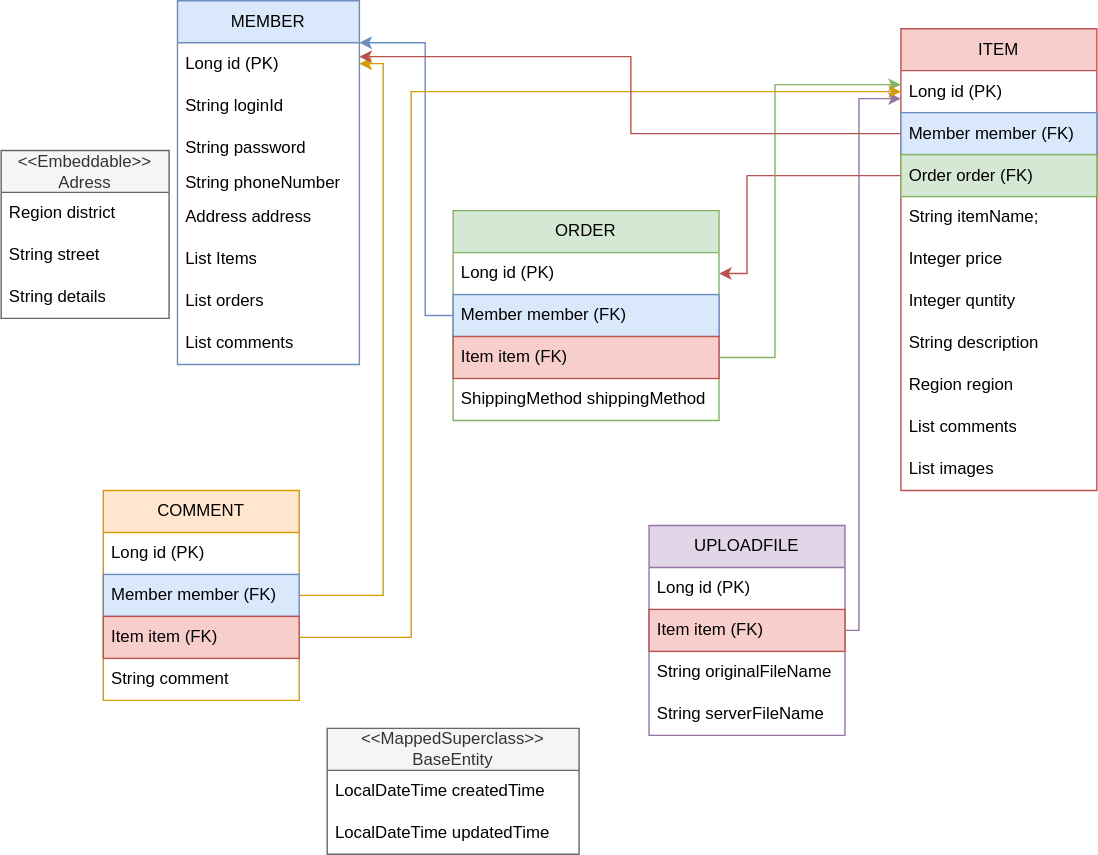
0808wonje/project keeps this draw.io diagram as src/main/resources/static/images/ERD.svg. Above is the earlier version. Source tidied: cells renumbered, new cells last; positions are measured from the earlier drawing's top-left corner, leaving out a move shared by most shapes.
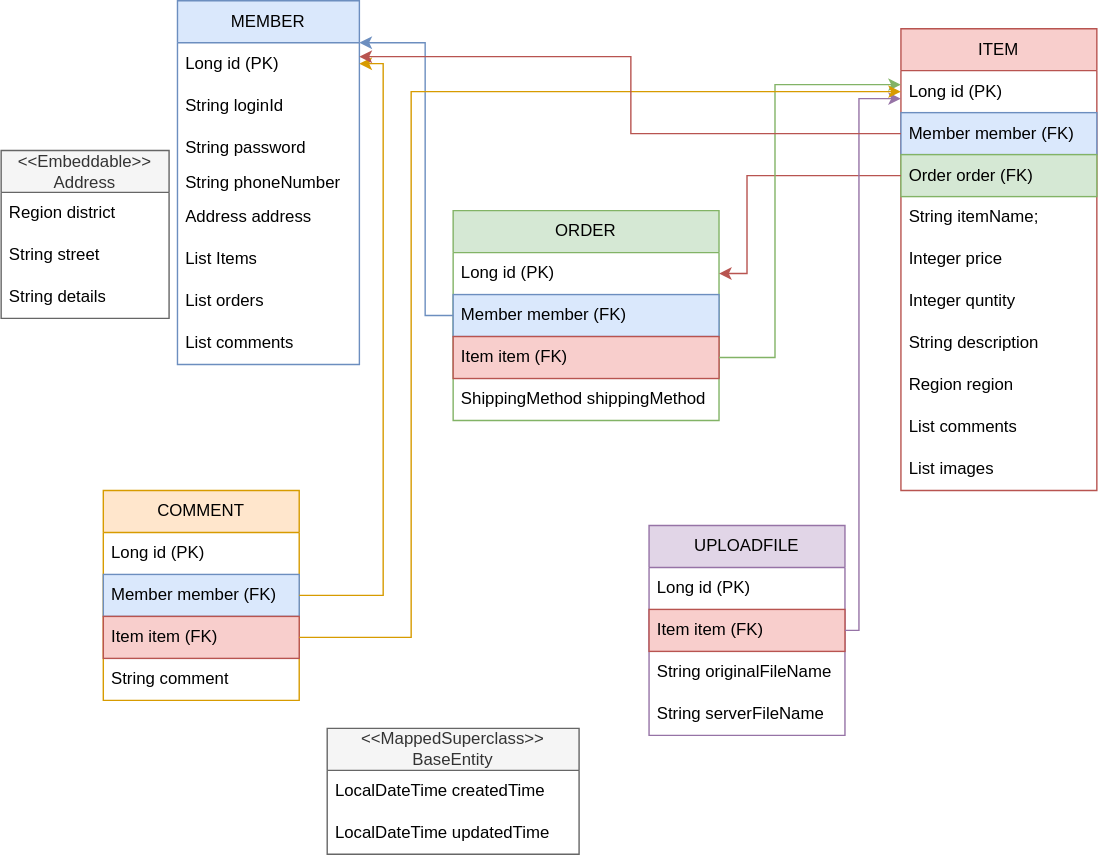
After the change.

The edit, as a diff of the source:
```diff
@@ -131,7 +131,7 @@
         </Array>
       </mxGeometry>
     </mxCell>
-    <mxCell id="40" value="&amp;lt;&amp;lt;Embeddable&amp;gt;&amp;gt;&lt;br&gt;Adress" style="swimlane;fontStyle=0;horizontal=1;startSize=30;whiteSpace=wrap;html=1;fillColor=#f5f5f5;fontColor=#333333;strokeColor=#666666;" parent="1" vertex="1">
+    <mxCell id="40" value="&amp;lt;&amp;lt;Embeddable&amp;gt;&amp;gt;&lt;br&gt;Address" style="swimlane;fontStyle=0;horizontal=1;startSize=30;whiteSpace=wrap;html=1;fillColor=#f5f5f5;fontColor=#333333;strokeColor=#666666;" parent="1" vertex="1">
       <mxGeometry y="107" width="120" height="120" as="geometry" />
     </mxCell>
     <mxCell id="41" value="Region district" style="text;strokeColor=none;fillColor=none;align=left;verticalAlign=middle;spacingLeft=4;spacingRight=4;overflow=hidden;whiteSpace=wrap;html=1;" parent="40" vertex="1">
```
